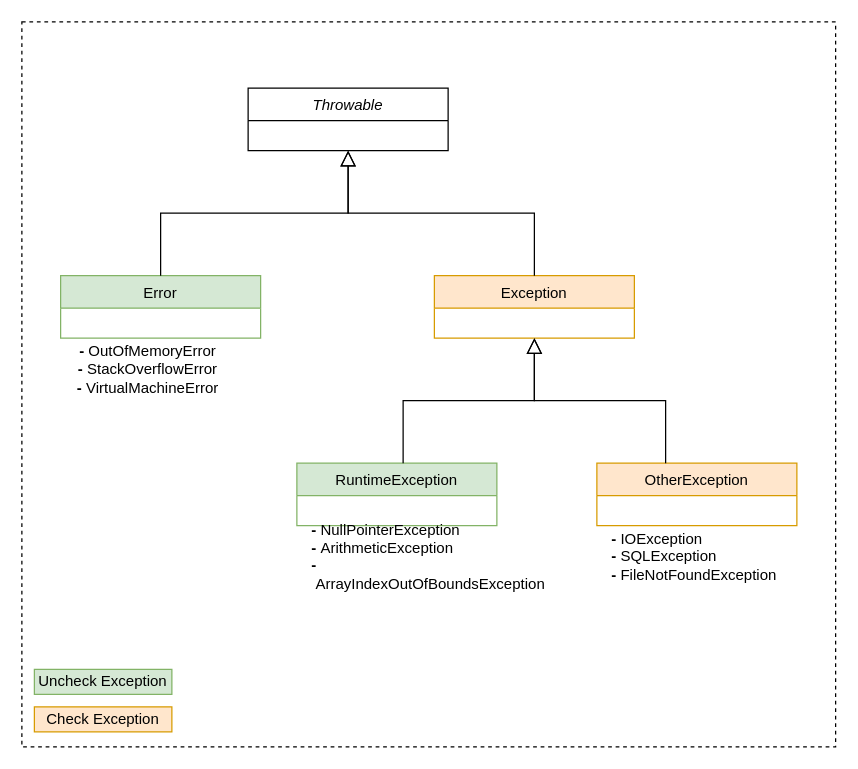
Before: Java Language Exception.drawio in ljheee/image-host, a draw.io diagram. Source tidied: cells renumbered, new cells numbered last; positions are measured from the earlier drawing's top-left corner, leaving out a move shared by most shapes. Both pictures are drawn from the tidied source at 125%, with x=0, y=0 at pixel (21, 21).
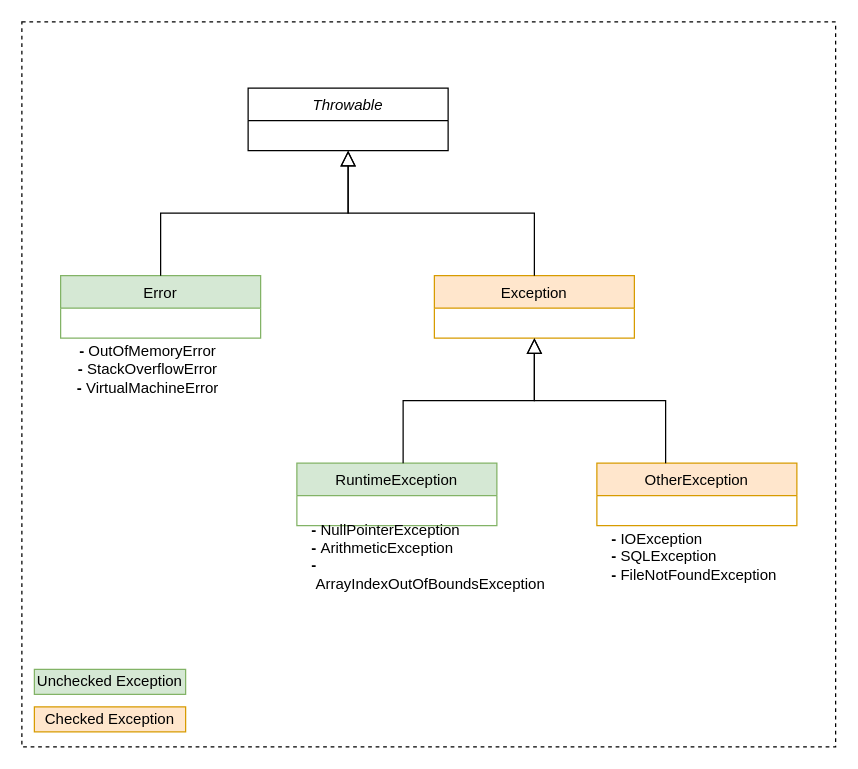
After the change.

What changed in the source:
```diff
@@
 <mxGraphModel>
   <root>
     <mxCell id="0" />
     <mxCell id="1" parent="0" />
     <mxCell id="2" style="rounded=0;whiteSpace=wrap;html=1;dashed=1;" parent="1" vertex="1">
       <mxGeometry width="651" height="580" as="geometry" />
     </mxCell>
     <mxCell id="3" value="Throwable" style="swimlane;fontStyle=2;align=center;verticalAlign=top;horizontal=1;startSize=26;rounded=0;shadow=0;strokeWidth=1;" parent="1" vertex="1">
       <mxGeometry x="181" y="53" width="160" height="50" as="geometry" />
     </mxCell>
     <mxCell id="4" value="Error" style="swimlane;fontStyle=0;align=center;verticalAlign=top;horizontal=1;startSize=26;rounded=0;shadow=0;strokeWidth=1;fillColor=#d5e8d4;strokeColor=#82b366;" parent="1" vertex="1">
       <mxGeometry x="31" y="203" width="160" height="50" as="geometry" />
     </mxCell>
     <mxCell id="5" style="endArrow=block;endSize=10;endFill=0;shadow=0;strokeWidth=1;rounded=0;edgeStyle=elbowEdgeStyle;elbow=vertical;" parent="1" edge="1" source="4" target="3">
       <mxGeometry relative="1" as="geometry" />
     </mxCell>
     <mxCell id="6" value="Exception" style="swimlane;fontStyle=0;align=center;verticalAlign=top;horizontal=1;startSize=26;rounded=0;shadow=0;strokeWidth=1;fillColor=#ffe6cc;strokeColor=#d79b00;" parent="1" vertex="1">
       <mxGeometry x="330" y="203" width="160" height="50" as="geometry" />
     </mxCell>
     <mxCell id="7" style="endArrow=block;endSize=10;endFill=0;shadow=0;strokeWidth=1;rounded=0;edgeStyle=elbowEdgeStyle;elbow=vertical;" parent="1" edge="1" source="6" target="3">
       <mxGeometry relative="1" as="geometry" />
     </mxCell>
     <mxCell id="8" value="RuntimeException" style="swimlane;fontStyle=0;align=center;verticalAlign=top;horizontal=1;startSize=26;rounded=0;shadow=0;strokeWidth=1;fillColor=#d5e8d4;strokeColor=#82b366;" parent="1" vertex="1">
       <mxGeometry x="220" y="353" width="160" height="50" as="geometry" />
     </mxCell>
     <mxCell id="9" value="OtherException" style="swimlane;fontStyle=0;align=center;verticalAlign=top;horizontal=1;startSize=26;rounded=0;shadow=0;strokeWidth=1;fillColor=#ffe6cc;strokeColor=#d79b00;" parent="1" vertex="1">
       <mxGeometry x="460" y="353" width="160" height="50" as="geometry" />
     </mxCell>
     <mxCell id="10" style="endArrow=block;endSize=10;endFill=0;shadow=0;strokeWidth=1;rounded=0;edgeStyle=elbowEdgeStyle;elbow=vertical;" parent="1" edge="1">
       <mxGeometry relative="1" as="geometry">
         <mxPoint x="305" y="353" as="sourcePoint" />
         <mxPoint x="410" y="253" as="targetPoint" />
       </mxGeometry>
     </mxCell>
     <mxCell id="11" style="endArrow=block;endSize=10;endFill=0;shadow=0;strokeWidth=1;rounded=0;edgeStyle=elbowEdgeStyle;elbow=vertical;" parent="1" edge="1">
       <mxGeometry relative="1" as="geometry">
         <mxPoint x="515" y="353" as="sourcePoint" />
         <mxPoint x="410" y="253" as="targetPoint" />
       </mxGeometry>
     </mxCell>
     <mxCell id="12" value="&lt;b&gt;-&amp;nbsp;&lt;/b&gt;OutOfMemoryError&lt;br&gt;&lt;b style=&quot;border-color: var(--border-color);&quot;&gt;-&amp;nbsp;&lt;/b&gt;StackOverflowError&lt;br&gt;&lt;b style=&quot;border-color: var(--border-color);&quot;&gt;-&amp;nbsp;&lt;/b&gt;VirtualMachineError" style="text;html=1;strokeColor=none;fillColor=none;align=center;verticalAlign=middle;whiteSpace=wrap;rounded=0;" parent="1" vertex="1">
       <mxGeometry x="31" y="263" width="140" height="30" as="geometry" />
     </mxCell>
     <mxCell id="13" value="&lt;b&gt;-&amp;nbsp;&lt;/b&gt;NullPointerException&lt;br&gt;&lt;b style=&quot;border-color: var(--border-color);&quot;&gt;-&amp;nbsp;&lt;/b&gt;ArithmeticException&lt;br&gt;&lt;b style=&quot;border-color: var(--border-color);&quot;&gt;-&amp;nbsp;&lt;/b&gt;ArrayIndexOutOfBoundsException&lt;br&gt;&lt;div&gt;&lt;br&gt;&lt;/div&gt;" style="text;html=1;strokeColor=none;fillColor=none;align=left;verticalAlign=middle;whiteSpace=wrap;rounded=0;" parent="1" vertex="1">
       <mxGeometry x="230" y="420" width="140" height="30" as="geometry" />
     </mxCell>
     <mxCell id="14" value="&lt;b&gt;-&amp;nbsp;&lt;/b&gt;IOException&lt;br&gt;&lt;b style=&quot;border-color: var(--border-color);&quot;&gt;-&amp;nbsp;&lt;/b&gt;SQLException&lt;br&gt;&lt;b style=&quot;border-color: var(--border-color);&quot;&gt;-&amp;nbsp;&lt;/b&gt;FileNotFoundException" style="text;html=1;strokeColor=none;fillColor=none;align=left;verticalAlign=middle;whiteSpace=wrap;rounded=0;" parent="1" vertex="1">
       <mxGeometry x="470" y="413" width="140" height="30" as="geometry" />
     </mxCell>
-    <mxCell id="15" value="Uncheck Exception" style="text;html=1;strokeColor=#82b366;fillColor=#d5e8d4;align=center;verticalAlign=middle;whiteSpace=wrap;rounded=0;" parent="1" vertex="1">
-      <mxGeometry x="10" y="518" width="110" height="20" as="geometry" />
+    <mxCell id="15" value="Unchecked Exception" style="text;html=1;strokeColor=#82b366;fillColor=#d5e8d4;align=center;verticalAlign=middle;whiteSpace=wrap;rounded=0;" parent="1" vertex="1">
+      <mxGeometry x="10" y="518" width="121" height="20" as="geometry" />
     </mxCell>
-    <mxCell id="16" value="Check Exception" style="text;html=1;strokeColor=#d79b00;fillColor=#ffe6cc;align=center;verticalAlign=middle;whiteSpace=wrap;rounded=0;" parent="1" vertex="1">
-      <mxGeometry x="10" y="548" width="110" height="20" as="geometry" />
+    <mxCell id="16" value="Checked Exception" style="text;html=1;strokeColor=#d79b00;fillColor=#ffe6cc;align=center;verticalAlign=middle;whiteSpace=wrap;rounded=0;" parent="1" vertex="1">
+      <mxGeometry x="10" y="548" width="121" height="20" as="geometry" />
     </mxCell>
   </root>
 </mxGraphModel>
```
